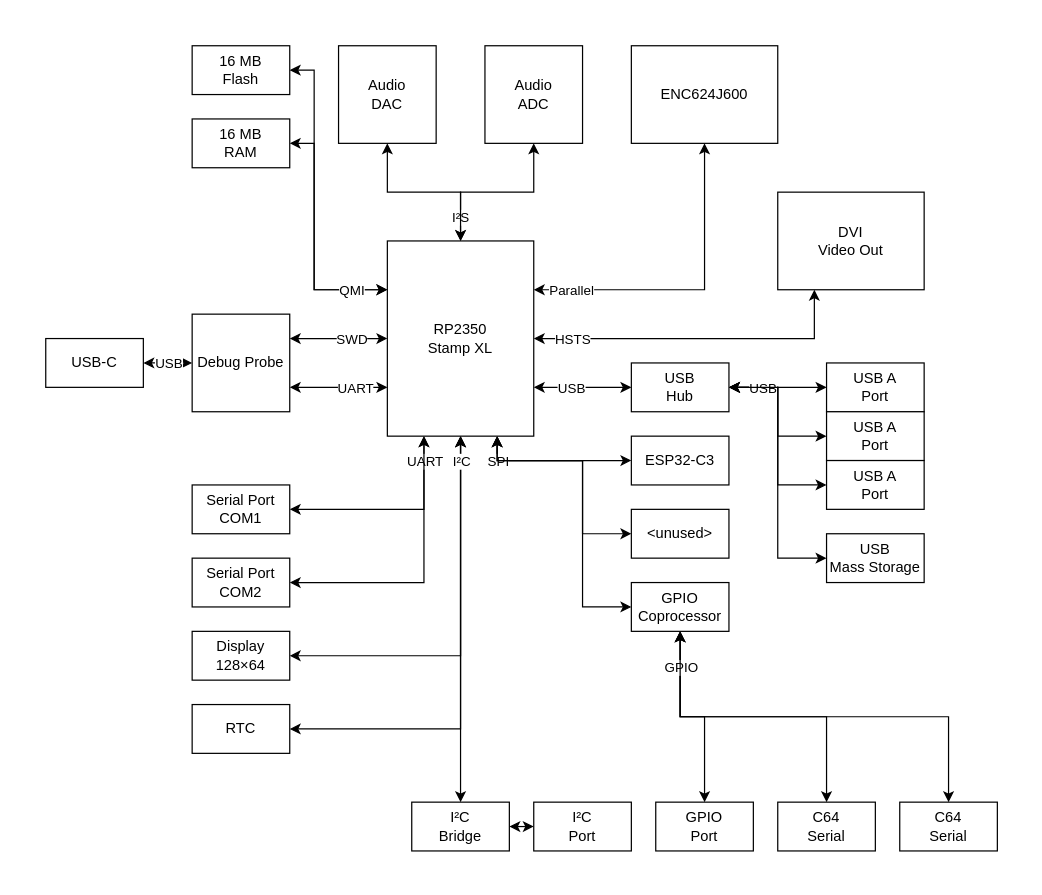
The draw.io diagram Concept/Block Diagram.drawio in Ashet-Technologies/Home-Computer, before the edit. Source tidied: cells renumbered, new cells numbered last; positions are measured from the earlier drawing's top-left corner, leaving out a move shared by most shapes. Both pictures are drawn from the tidied source at 122%, with x=0, y=0 at pixel (45, 45).
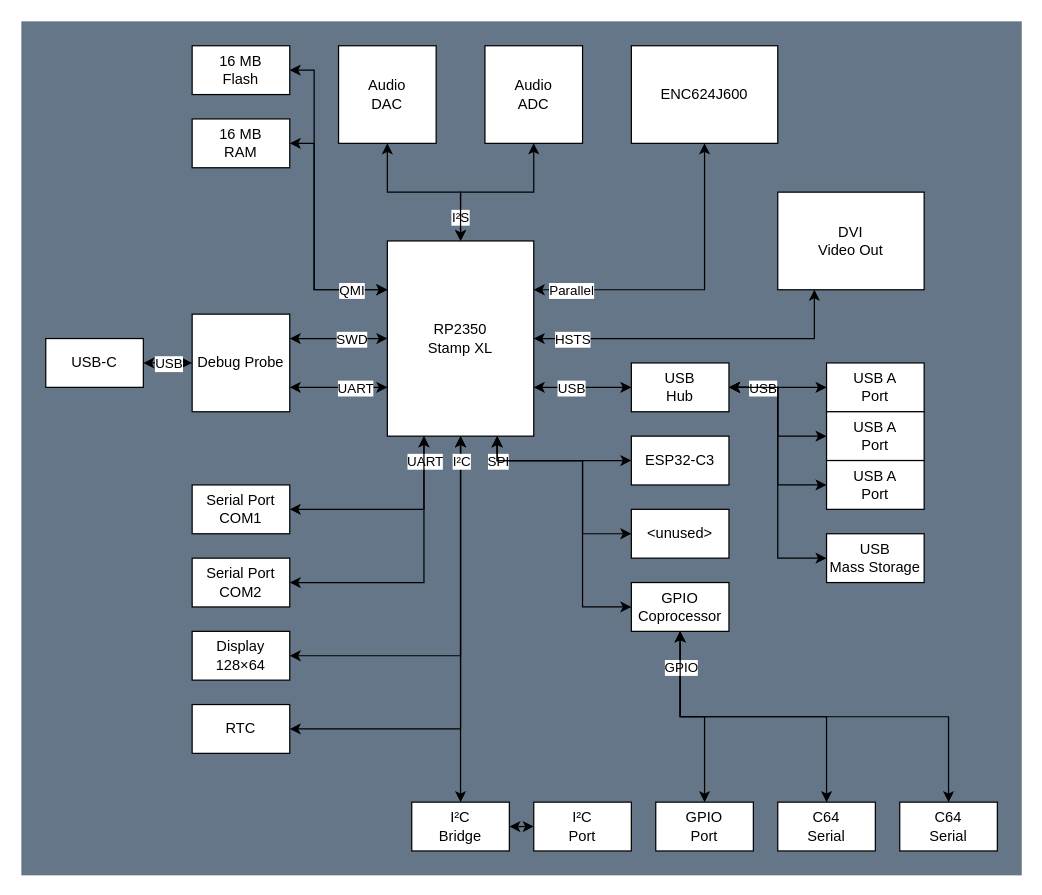
The same diagram, later.

The edit, as a diff of the source:
```diff
@@
+    <mxCell id="67" style="rounded=0;whiteSpace=wrap;html=1;fillColor=#647687;fontColor=#ffffff;strokeColor=none;" parent="1" vertex="1">
+      <mxGeometry x="-20" y="-20" width="820" height="700" as="geometry" />
+    </mxCell>
```
